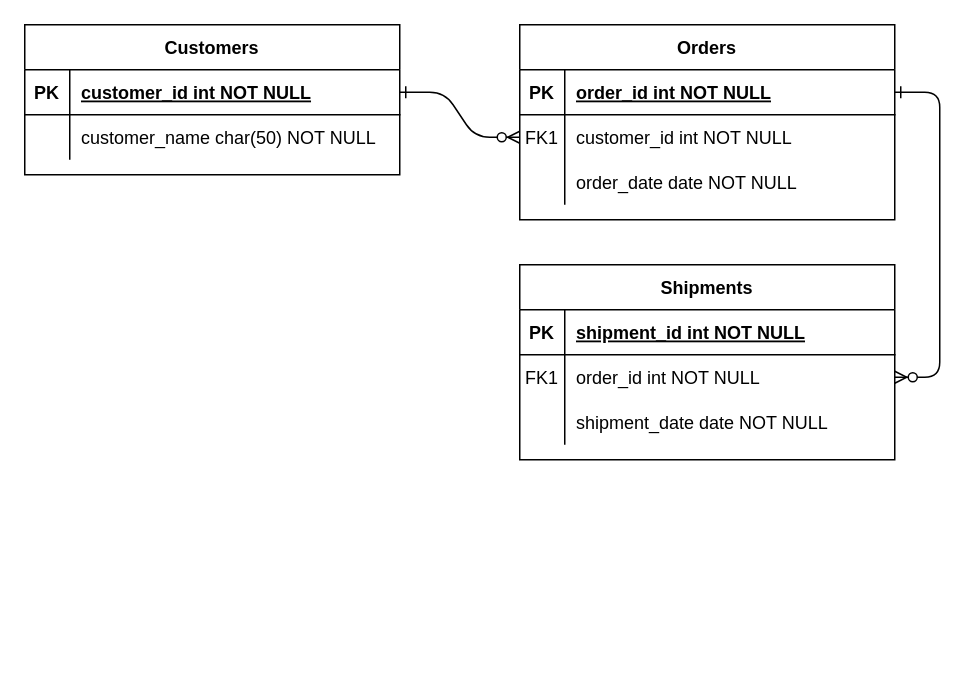
The draw.io diagram Untitled Diagram.drawio in TheNewestWorld/functional-analysis-and-design, before the edit. Source tidied: cells renumbered, new cells numbered last; positions are measured from the earlier drawing's top-left corner, leaving out a move shared by most shapes. Both pictures are drawn from the tidied source at 150%, with x=0, y=0 at pixel (24, 24).
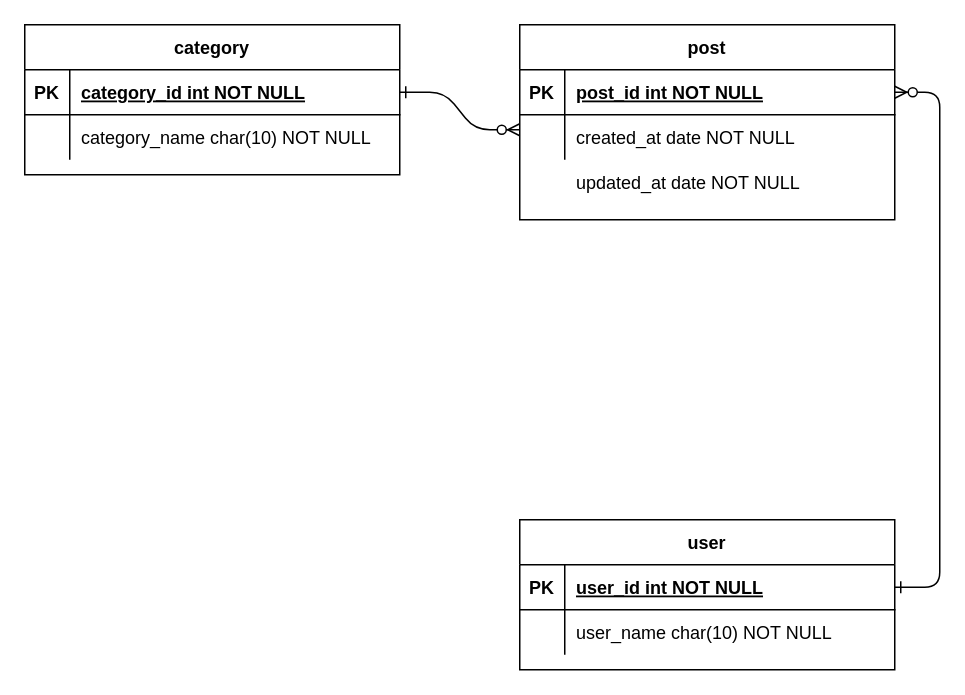
The same page after the edit.

Unchanged cells that the change refers to:
```xml
<mxCell id="5" style="shape=partialRectangle;fillColor=none;points=[[0,0.5],[1,0.5]];portConstraint=eastwest;top=0;left=0;right=0;bottom=1;" parent="4" vertex="1">
  <mxGeometry y="30" width="250" height="30" as="geometry" />
</mxCell>
<mxCell id="15" style="shape=partialRectangle;fillColor=none;points=[[0,0.5],[1,0.5]];portConstraint=eastwest;top=0;left=0;right=0;bottom=1;" parent="14" vertex="1">
  <mxGeometry y="30" width="250" height="30" as="geometry" />
</mxCell>
<mxCell id="25" style="shape=partialRectangle;fillColor=none;points=[[0,0.5],[1,0.5]];portConstraint=eastwest;top=0;left=0;right=0;bottom=1;" parent="24" vertex="1">
  <mxGeometry y="30" width="250" height="30" as="geometry" />
</mxCell>
<mxCell id="28" style="shape=partialRectangle;fillColor=none;top=0;left=0;right=0;bottom=0;" parent="24" vertex="1">
  <mxGeometry y="60" width="250" height="30" as="geometry" />
</mxCell>
```

Change to the diagram source:
```diff
@@
-    <mxCell id="2" style="edgeStyle=entityRelationEdgeStyle;endArrow=ERzeroToMany;startArrow=ERone;endFill=1;startFill=0;" parent="1" edge="1" source="25" target="8">
-      <mxGeometry relative="1" as="geometry" />
+    <mxCell id="2" style="edgeStyle=entityRelationEdgeStyle;endArrow=ERzeroToMany;startArrow=ERone;endFill=1;startFill=0;" parent="1" edge="1" source="25">
+      <mxGeometry relative="1" as="geometry">
+        <mxPoint x="330" y="70" as="targetPoint" />
+      </mxGeometry>
     </mxCell>
-    <mxCell id="3" style="edgeStyle=entityRelationEdgeStyle;endArrow=ERzeroToMany;startArrow=ERone;endFill=1;startFill=0;" parent="1" edge="1" source="5" target="18">
+    <mxCell id="3" style="edgeStyle=entityRelationEdgeStyle;endArrow=ERzeroToMany;startArrow=ERone;endFill=1;startFill=0;exitX=1;exitY=0.5;exitDx=0;exitDy=0;" parent="1" edge="1" source="15" target="5">
       <mxGeometry relative="1" as="geometry" />
     </mxCell>
-    <mxCell id="4" value="Orders" style="shape=table;startSize=30;childLayout=tableLayout;rowLines=0;fontStyle=1;align=center;" parent="1" vertex="1">
+    <mxCell id="4" value="post" style="shape=table;startSize=30;childLayout=tableLayout;rowLines=0;fontStyle=1;align=center;" parent="1" vertex="1">
       <mxGeometry x="330" width="250" height="130" as="geometry" />
     </mxCell>
@@
-    <mxCell id="7" value="order_id int NOT NULL " style="shape=partialRectangle;overflow=hidden;fillColor=none;top=0;left=0;bottom=0;right=0;align=left;spacingLeft=6;fontStyle=5;" parent="5" vertex="1">
+    <mxCell id="7" value="post_id int NOT NULL " style="shape=partialRectangle;overflow=hidden;fillColor=none;top=0;left=0;bottom=0;right=0;align=left;spacingLeft=6;fontStyle=5;" parent="5" vertex="1">
       <mxGeometry x="30" width="220" height="30" as="geometry" />
     </mxCell>
-    <mxCell id="8" style="shape=partialRectangle;fillColor=none;points=[[0,0.5],[1,0.5]];portConstraint=eastwest;top=0;left=0;right=0;bottom=0;" parent="4" vertex="1">
-      <mxGeometry y="60" width="250" height="30" as="geometry" />
-    </mxCell>
-    <mxCell id="9" value="FK1" style="shape=partialRectangle;overflow=hidden;fillColor=none;top=0;left=0;bottom=0;right=0;" parent="8" vertex="1">
-      <mxGeometry width="30" height="30" as="geometry" />
-    </mxCell>
-    <mxCell id="10" value="customer_id int NOT NULL" style="shape=partialRectangle;overflow=hidden;fillColor=none;top=0;left=0;bottom=0;right=0;align=left;spacingLeft=6;" parent="8" vertex="1">
-      <mxGeometry x="30" width="220" height="30" as="geometry" />
-    </mxCell>
     <mxCell id="11" style="shape=partialRectangle;fillColor=none;top=0;left=0;right=0;bottom=0;" parent="4" vertex="1">
-      <mxGeometry y="90" width="250" height="30" as="geometry" />
+      <mxGeometry y="60" width="250" height="30" as="geometry" />
     </mxCell>
@@
-    <mxCell id="13" value="order_date date NOT NULL" style="shape=partialRectangle;overflow=hidden;fillColor=none;top=0;left=0;bottom=0;right=0;align=left;spacingLeft=6;" parent="11" vertex="1">
+    <mxCell id="13" value="created_at date NOT NULL" style="shape=partialRectangle;overflow=hidden;fillColor=none;top=0;left=0;bottom=0;right=0;align=left;spacingLeft=6;" parent="11" vertex="1">
       <mxGeometry x="30" width="220" height="30" as="geometry" />
     </mxCell>
-    <mxCell id="14" value="Shipments" style="shape=table;startSize=30;childLayout=tableLayout;rowLines=0;fontStyle=1;align=center;" parent="1" vertex="1">
-      <mxGeometry x="330" y="160" width="250" height="130" as="geometry" />
+    <mxCell id="14" value="user" style="shape=table;startSize=30;childLayout=tableLayout;rowLines=0;fontStyle=1;align=center;" parent="1" vertex="1">
+      <mxGeometry x="330" y="330" width="250" height="100" as="geometry" />
     </mxCell>
@@
-    <mxCell id="17" value="shipment_id int NOT NULL " style="shape=partialRectangle;overflow=hidden;fillColor=none;top=0;left=0;bottom=0;right=0;align=left;spacingLeft=6;fontStyle=5;" parent="15" vertex="1">
+    <mxCell id="17" value="user_id int NOT NULL " style="shape=partialRectangle;overflow=hidden;fillColor=none;top=0;left=0;bottom=0;right=0;align=left;spacingLeft=6;fontStyle=5;" parent="15" vertex="1">
       <mxGeometry x="30" width="220" height="30" as="geometry" />
     </mxCell>
-    <mxCell id="18" style="shape=partialRectangle;fillColor=none;points=[[0,0.5],[1,0.5]];portConstraint=eastwest;top=0;left=0;right=0;bottom=0;" parent="14" vertex="1">
-      <mxGeometry y="60" width="250" height="30" as="geometry" />
-    </mxCell>
-    <mxCell id="19" value="FK1" style="shape=partialRectangle;overflow=hidden;fillColor=none;top=0;left=0;bottom=0;right=0;" parent="18" vertex="1">
-      <mxGeometry width="30" height="30" as="geometry" />
-    </mxCell>
-    <mxCell id="20" value="order_id int NOT NULL" style="shape=partialRectangle;overflow=hidden;fillColor=none;top=0;left=0;bottom=0;right=0;align=left;spacingLeft=6;" parent="18" vertex="1">
-      <mxGeometry x="30" width="220" height="30" as="geometry" />
-    </mxCell>
     <mxCell id="21" style="shape=partialRectangle;fillColor=none;top=0;left=0;right=0;bottom=0;" parent="14" vertex="1">
-      <mxGeometry y="90" width="250" height="30" as="geometry" />
+      <mxGeometry y="60" width="250" height="30" as="geometry" />
     </mxCell>
@@
-    <mxCell id="23" value="shipment_date date NOT NULL" style="shape=partialRectangle;overflow=hidden;fillColor=none;top=0;left=0;bottom=0;right=0;align=left;spacingLeft=6;" parent="21" vertex="1">
+    <mxCell id="23" value="user_name char(10) NOT NULL" style="shape=partialRectangle;overflow=hidden;fillColor=none;top=0;left=0;bottom=0;right=0;align=left;spacingLeft=6;" parent="21" vertex="1">
       <mxGeometry x="30" width="220" height="30" as="geometry" />
     </mxCell>
-    <mxCell id="24" value="Customers" style="shape=table;startSize=30;childLayout=tableLayout;rowLines=0;fontStyle=1;align=center;" parent="1" vertex="1">
+    <mxCell id="24" value="category" style="shape=table;startSize=30;childLayout=tableLayout;rowLines=0;fontStyle=1;align=center;" parent="1" vertex="1">
       <mxGeometry width="250" height="100" as="geometry" />
     </mxCell>
@@
-    <mxCell id="27" value="customer_id int NOT NULL " style="shape=partialRectangle;overflow=hidden;fillColor=none;top=0;left=0;bottom=0;right=0;align=left;spacingLeft=6;fontStyle=5;" parent="25" vertex="1">
+    <mxCell id="27" value="category_id int NOT NULL " style="shape=partialRectangle;overflow=hidden;fillColor=none;top=0;left=0;bottom=0;right=0;align=left;spacingLeft=6;fontStyle=5;" parent="25" vertex="1">
       <mxGeometry x="30" width="220" height="30" as="geometry" />
     </mxCell>
@@
-    <mxCell id="30" value="customer_name char(50) NOT NULL" style="shape=partialRectangle;overflow=hidden;fillColor=none;top=0;left=0;bottom=0;right=0;align=left;spacingLeft=6;" parent="28" vertex="1">
+    <mxCell id="30" value="category_name char(10) NOT NULL" style="shape=partialRectangle;overflow=hidden;fillColor=none;top=0;left=0;bottom=0;right=0;align=left;spacingLeft=6;" parent="28" vertex="1">
       <mxGeometry x="30" width="220" height="30" as="geometry" />
     </mxCell>
+    <mxCell id="31" value="updated_at date NOT NULL" style="shape=partialRectangle;overflow=hidden;fillColor=none;top=0;left=0;bottom=0;right=0;align=left;spacingLeft=6;" parent="1" vertex="1">
+      <mxGeometry x="360" y="90" width="220" height="30" as="geometry" />
+    </mxCell>
```
